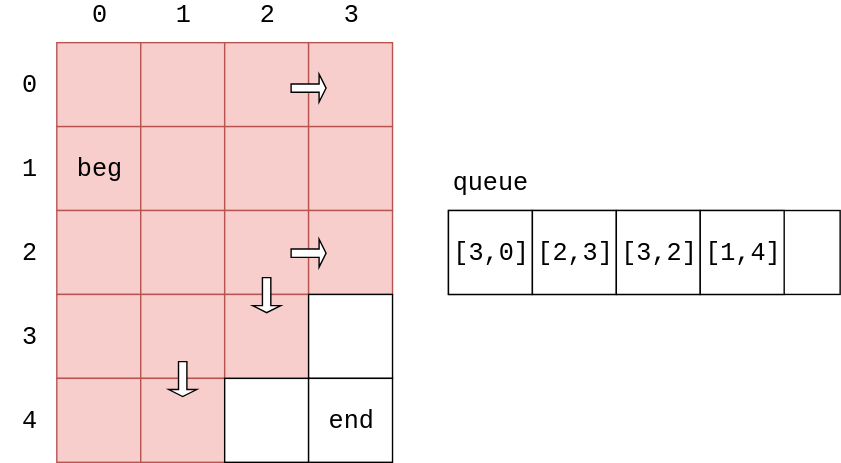
linrongbin16/way-to-algorithm keeps this draw.io diagram as docs/Search/res/BreadthFirstSearch14.svg. Above is the earlier version. Source tidied: cells renumbered, new cells last; positions are measured from the earlier drawing's top-left corner, leaving out a move shared by most shapes.
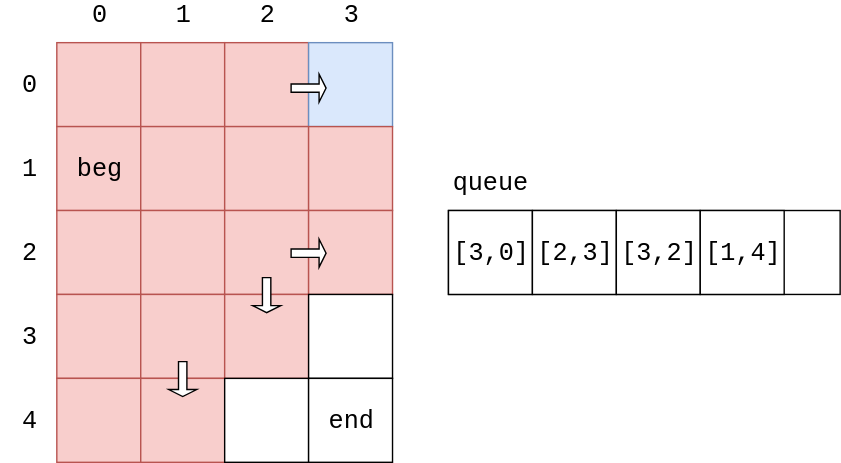
Above is the later version.

What changed in the source:
```diff
@@ -11,7 +11,7 @@
     <mxCell id="4" style="rounded=0;whiteSpace=wrap;html=1;fontFamily=Courier New;fontSize=18;fillColor=#f8cecc;strokeColor=#b85450;" parent="1" vertex="1">
       <mxGeometry x="160" y="30" width="60" height="60" as="geometry" />
     </mxCell>
-    <mxCell id="5" style="rounded=0;whiteSpace=wrap;html=1;fontFamily=Courier New;fontSize=18;fillColor=#f8cecc;strokeColor=#b85450;" parent="1" vertex="1">
+    <mxCell id="5" style="rounded=0;whiteSpace=wrap;html=1;fontFamily=Courier New;fontSize=18;fillColor=#dae8fc;strokeColor=#6c8ebf;" parent="1" vertex="1">
       <mxGeometry x="220" y="30" width="60" height="60" as="geometry" />
     </mxCell>
     <mxCell id="6" value="beg" style="rounded=0;whiteSpace=wrap;html=1;fontFamily=Courier New;fontSize=18;fillColor=#f8cecc;strokeColor=#b85450;" parent="1" vertex="1">
```
